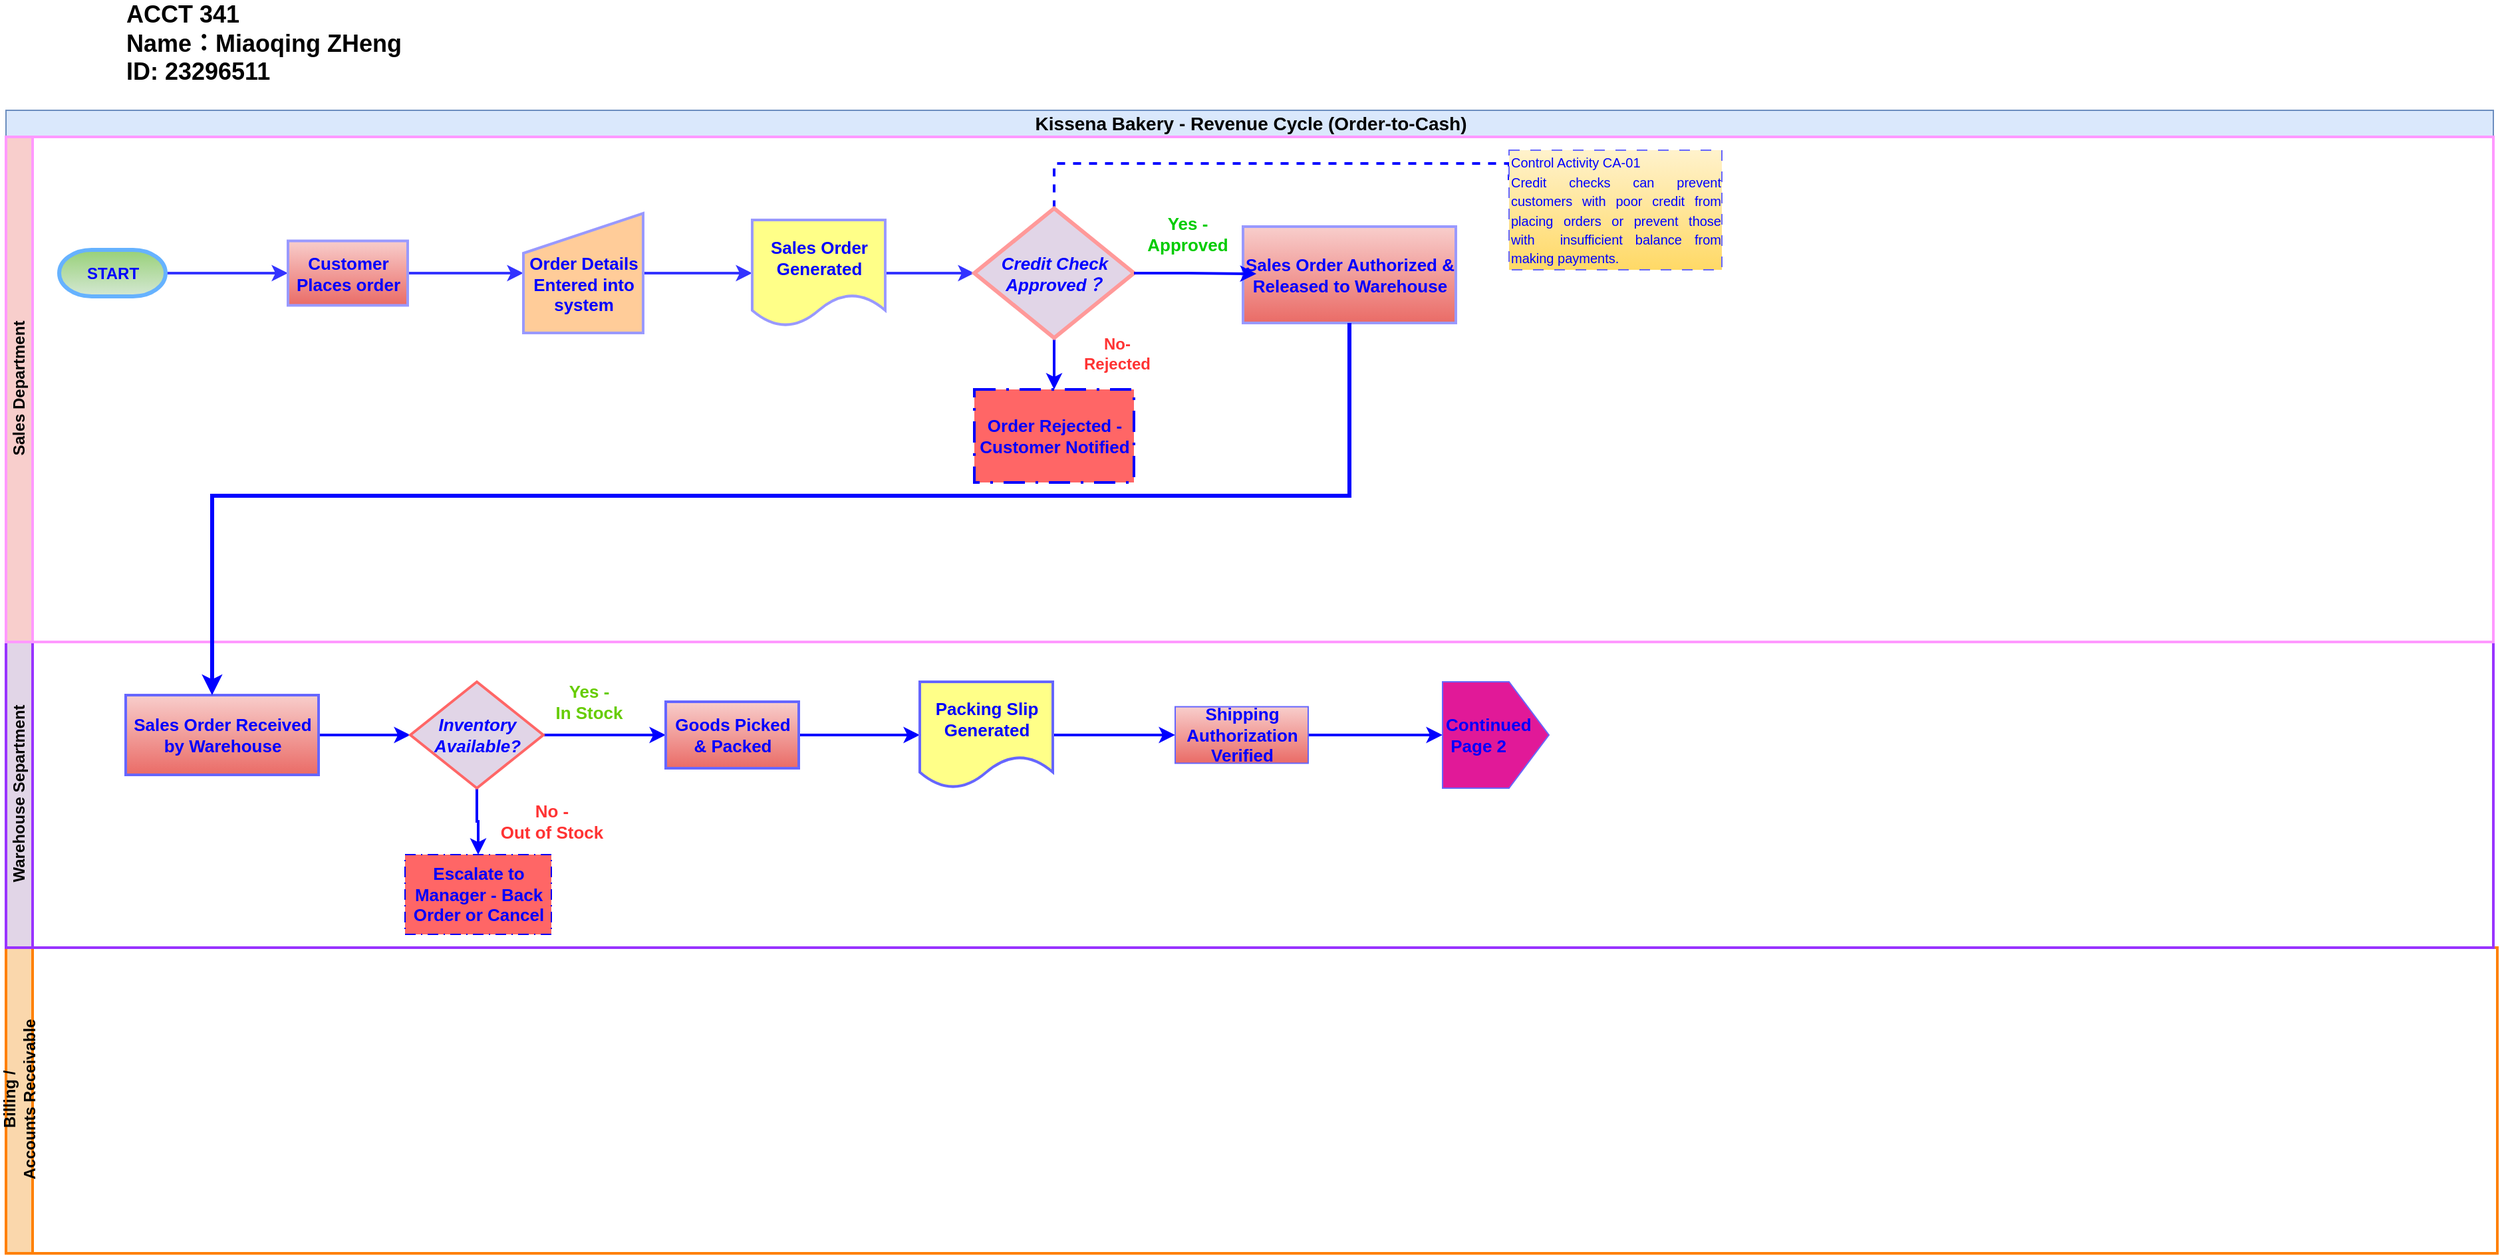
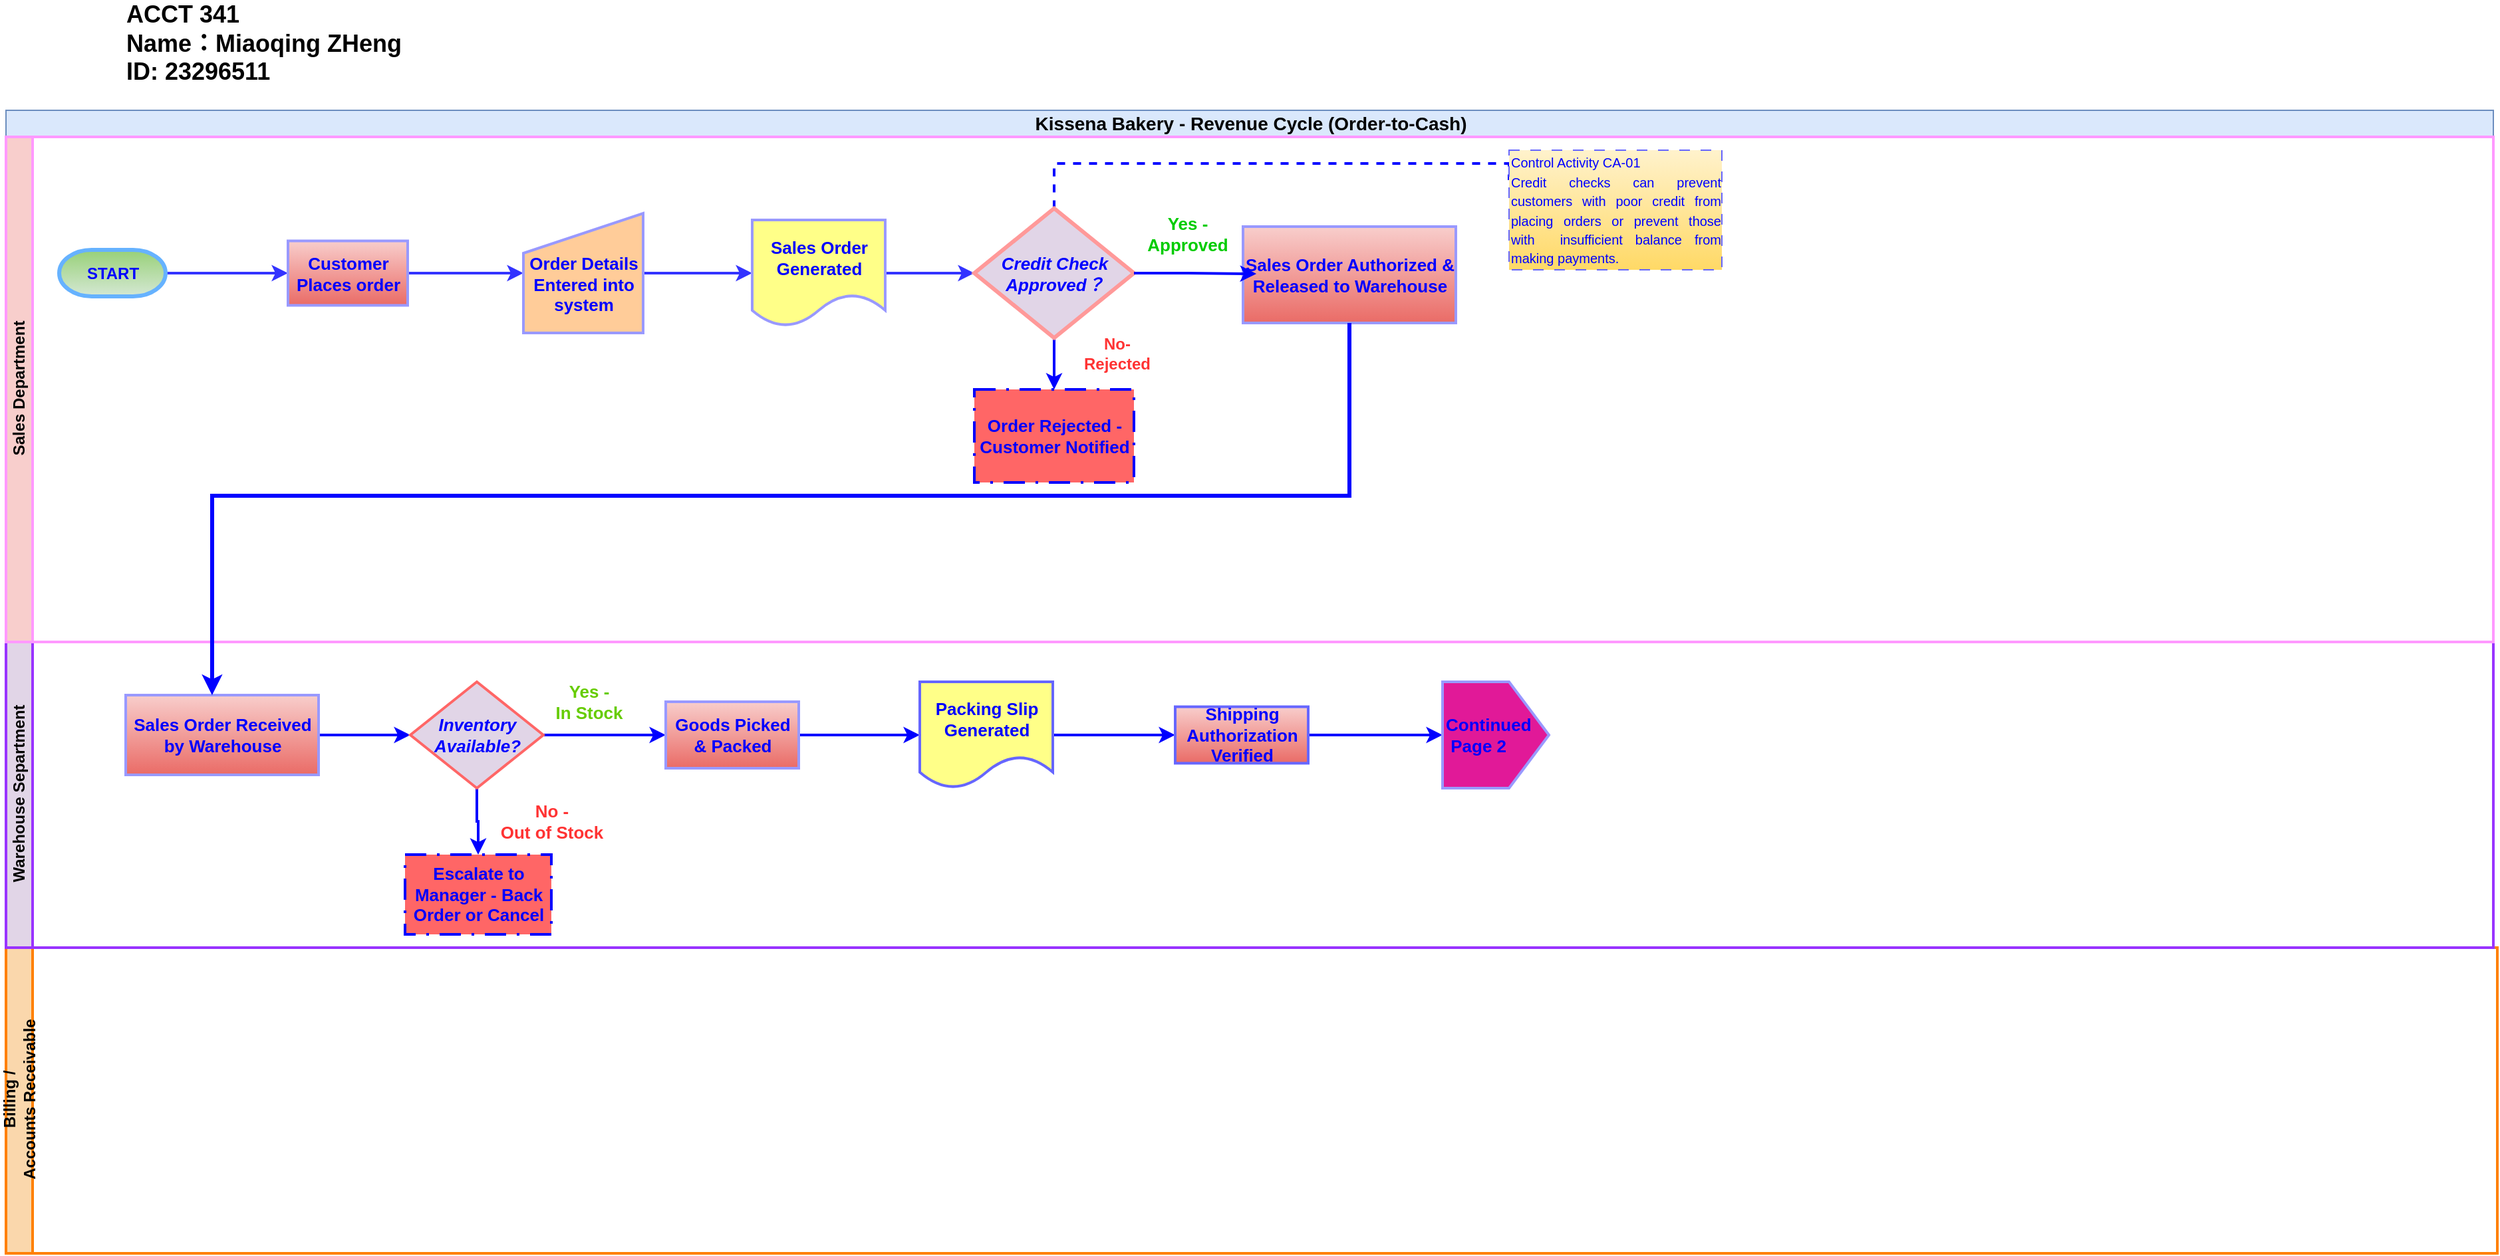
<mxfile host="app.diagrams.net" agent="Mozilla/5.0 (Windows NT 10.0; Win64; x64) AppleWebKit/537.36 (KHTML, like Gecko) Chrome/146.0.0.0 Safari/537.36" version="29.6.6" pages="2">
  <diagram name="Page-1" id="klMabU_GDppZGB9yFFRy">
    <mxGraphModel dx="2066" dy="743" grid="1" gridSize="10" guides="1" tooltips="1" connect="1" arrows="1" fold="1" page="1" pageScale="1" pageWidth="1100" pageHeight="850" math="0" shadow="0">
      <root>
        <mxCell id="0" />
        <mxCell id="1" parent="0" />
        <mxCell id="0vQu63eh7_hz7IOFjZfk-1" parent="1" style="swimlane;childLayout=stackLayout;resizeParent=1;resizeParentMax=0;horizontal=1;startSize=20;horizontalStack=0;html=1;fillColor=#dae8fc;strokeColor=#6c8ebf;" value="&lt;div style=&quot;text-align: start;&quot;&gt;&lt;font style=&quot;font-size: 14px;&quot;&gt;Kissena Bakery - Revenue Cycle (Order-to-Cash)&lt;/font&gt;&lt;/div&gt;" vertex="1">
          <mxGeometry height="20" width="1870" x="81.5" y="130" as="geometry" />
        </mxCell>
        <mxCell id="0vQu63eh7_hz7IOFjZfk-4" parent="1" style="swimlane;startSize=20;horizontal=0;html=1;fillColor=#fad7ac;strokeColor=#FF8000;strokeWidth=2;" value="Billing /&lt;br&gt;Accounts Receivable" vertex="1">
          <mxGeometry height="230" width="1873" x="81.5" y="760" as="geometry">
            <mxRectangle height="30" width="500" y="310" as="alternateBounds" />
          </mxGeometry>
        </mxCell>
        <mxCell id="0YdZOAwKbOOHbmaocjk8-1" parent="1" style="text;html=1;whiteSpace=wrap;strokeColor=none;fillColor=none;align=left;verticalAlign=middle;rounded=0;fontSize=18;fontStyle=1" value="&lt;div&gt;ACCT 341&lt;/div&gt;Name：Miaoqing ZHeng&lt;div&gt;ID: 23296511&lt;/div&gt;" vertex="1">
          <mxGeometry height="60" width="329" x="170" y="50" as="geometry" />
        </mxCell>
        <mxCell id="0vQu63eh7_hz7IOFjZfk-3" parent="1" style="swimlane;startSize=20;horizontal=0;html=1;fillColor=#e1d5e7;strokeColor=#9933FF;strokeWidth=2;" value="Warehouse Separtment" vertex="1">
          <mxGeometry height="230" width="1870" x="81.5" y="530" as="geometry" />
        </mxCell>
        <mxCell id="pGH0SQg9JUakCyH8bkGQ-32" edge="1" parent="0vQu63eh7_hz7IOFjZfk-3" source="0vQu63eh7_hz7IOFjZfk-73" style="edgeStyle=orthogonalEdgeStyle;rounded=0;orthogonalLoop=1;jettySize=auto;html=1;exitX=1;exitY=0.5;exitDx=0;exitDy=0;entryX=0;entryY=0.5;entryDx=0;entryDy=0;strokeColor=#0000FF;strokeWidth=2;" target="0vQu63eh7_hz7IOFjZfk-92">
          <mxGeometry relative="1" as="geometry" />
        </mxCell>
-         <mxCell id="0vQu63eh7_hz7IOFjZfk-73" parent="0vQu63eh7_hz7IOFjZfk-3" style="html=1;dashed=0;whiteSpace=wrap;fillColor=#f8cecc;gradientColor=#ea6b66;strokeColor=#6666FF;strokeWidth=2;" value="&lt;font style=&quot;font-size: 13px; color: rgb(0, 0, 255);&quot;&gt;&lt;b&gt;Sales Order Received by Warehouse&lt;/b&gt;&lt;/font&gt;" vertex="1">
+         <mxCell id="0vQu63eh7_hz7IOFjZfk-73" parent="0vQu63eh7_hz7IOFjZfk-3" style="html=1;dashed=0;whiteSpace=wrap;fillColor=#f8cecc;gradientColor=#ea6b66;strokeColor=#9999FF;strokeWidth=2;" value="&lt;font style=&quot;font-size: 13px; color: rgb(0, 0, 255);&quot;&gt;&lt;b&gt;Sales Order Received by Warehouse&lt;/b&gt;&lt;/font&gt;" vertex="1">
          <mxGeometry height="60" width="145" x="90" y="40" as="geometry" />
        </mxCell>
        <mxCell id="pGH0SQg9JUakCyH8bkGQ-31" edge="1" parent="0vQu63eh7_hz7IOFjZfk-3" source="0vQu63eh7_hz7IOFjZfk-92" style="edgeStyle=orthogonalEdgeStyle;rounded=0;orthogonalLoop=1;jettySize=auto;html=1;exitX=1;exitY=0.5;exitDx=0;exitDy=0;entryX=0;entryY=0.5;entryDx=0;entryDy=0;strokeColor=#0000FF;strokeWidth=2;" target="0vQu63eh7_hz7IOFjZfk-106">
          <mxGeometry relative="1" as="geometry" />
        </mxCell>
        <mxCell id="pGH0SQg9JUakCyH8bkGQ-34" edge="1" parent="0vQu63eh7_hz7IOFjZfk-3" source="0vQu63eh7_hz7IOFjZfk-92" style="edgeStyle=orthogonalEdgeStyle;rounded=0;orthogonalLoop=1;jettySize=auto;html=1;exitX=0.5;exitY=1;exitDx=0;exitDy=0;entryX=0.5;entryY=0;entryDx=0;entryDy=0;strokeColor=#0000FF;strokeWidth=2;" target="0vQu63eh7_hz7IOFjZfk-96">
          <mxGeometry relative="1" as="geometry" />
        </mxCell>
        <mxCell id="0vQu63eh7_hz7IOFjZfk-92" parent="0vQu63eh7_hz7IOFjZfk-3" style="rhombus;whiteSpace=wrap;html=1;fillColor=#e1d5e7;strokeColor=light-dark(#FF6666,#FF3333);strokeWidth=2;" value="&lt;font style=&quot;font-size: 13px; color: rgb(0, 0, 255);&quot;&gt;&lt;b&gt;&lt;i&gt;Inventory Available?&lt;/i&gt;&lt;/b&gt;&lt;/font&gt;" vertex="1">
          <mxGeometry height="80" width="100" x="304" y="30" as="geometry" />
        </mxCell>
-         <mxCell id="0vQu63eh7_hz7IOFjZfk-96" parent="0vQu63eh7_hz7IOFjZfk-3" style="html=1;dashed=1;whiteSpace=wrap;fillColor=#FF6666;strokeColor=#0000FF;fontColor=#ffffff;dashPattern=8 4 1 4;" value="&lt;b&gt;&lt;font style=&quot;font-size: 13px; color: rgb(0, 0, 255);&quot;&gt;Escalate to Manager - Back Order or Cancel&lt;/font&gt;&lt;/b&gt;" vertex="1">
+         <mxCell id="0vQu63eh7_hz7IOFjZfk-96" parent="0vQu63eh7_hz7IOFjZfk-3" style="html=1;dashed=1;whiteSpace=wrap;fillColor=#FF6666;strokeColor=#0000FF;fontColor=#ffffff;dashPattern=8 4 1 4;strokeWidth=2;" value="&lt;b&gt;&lt;font style=&quot;font-size: 13px; color: rgb(0, 0, 255);&quot;&gt;Escalate to Manager - Back Order or Cancel&lt;/font&gt;&lt;/b&gt;" vertex="1">
          <mxGeometry height="60" width="110" x="300" y="160" as="geometry" />
        </mxCell>
        <mxCell id="46-Umk2mzS9Czotzx1H9-6" edge="1" parent="0vQu63eh7_hz7IOFjZfk-3" source="0vQu63eh7_hz7IOFjZfk-106" style="edgeStyle=orthogonalEdgeStyle;rounded=0;orthogonalLoop=1;jettySize=auto;html=1;exitX=1;exitY=0.5;exitDx=0;exitDy=0;entryX=0;entryY=0.5;entryDx=0;entryDy=0;strokeColor=#0000FF;strokeWidth=2;" target="0vQu63eh7_hz7IOFjZfk-110">
          <mxGeometry relative="1" as="geometry" />
        </mxCell>
-         <mxCell id="0vQu63eh7_hz7IOFjZfk-106" parent="0vQu63eh7_hz7IOFjZfk-3" style="html=1;dashed=0;whiteSpace=wrap;strokeWidth=2;fillColor=#f8cecc;gradientColor=#ea6b66;strokeColor=#6666FF;" value="&lt;font style=&quot;font-size: 13px; color: rgb(0, 0, 255);&quot;&gt;&lt;b&gt;Goods Picked &amp;amp; Packed&lt;/b&gt;&lt;/font&gt;" vertex="1">
+         <mxCell id="0vQu63eh7_hz7IOFjZfk-106" parent="0vQu63eh7_hz7IOFjZfk-3" style="html=1;dashed=0;whiteSpace=wrap;strokeWidth=2;fillColor=#f8cecc;gradientColor=#ea6b66;strokeColor=#9999FF;" value="&lt;font style=&quot;font-size: 13px; color: rgb(0, 0, 255);&quot;&gt;&lt;b&gt;Goods Picked &amp;amp; Packed&lt;/b&gt;&lt;/font&gt;" vertex="1">
          <mxGeometry height="50" width="100" x="496" y="45" as="geometry" />
        </mxCell>
        <mxCell id="46-Umk2mzS9Czotzx1H9-8" edge="1" parent="0vQu63eh7_hz7IOFjZfk-3" source="0vQu63eh7_hz7IOFjZfk-110" style="edgeStyle=orthogonalEdgeStyle;rounded=0;orthogonalLoop=1;jettySize=auto;html=1;exitX=1;exitY=0.5;exitDx=0;exitDy=0;entryX=0;entryY=0.5;entryDx=0;entryDy=0;strokeColor=#0000FF;strokeWidth=2;" target="0vQu63eh7_hz7IOFjZfk-112">
          <mxGeometry relative="1" as="geometry" />
        </mxCell>
        <mxCell id="0vQu63eh7_hz7IOFjZfk-110" parent="0vQu63eh7_hz7IOFjZfk-3" style="shape=document;whiteSpace=wrap;html=1;boundedLbl=1;strokeWidth=2;fillColor=#ffff88;strokeColor=#6666FF;" value="&lt;font style=&quot;font-size: 13px; color: rgb(0, 0, 255);&quot;&gt;&lt;b&gt;Packing Slip Generated&lt;/b&gt;&lt;/font&gt;" vertex="1">
          <mxGeometry height="80" width="100" x="687" y="30" as="geometry" />
        </mxCell>
        <mxCell id="G1smnQENkRiUrPdJOTDi-2" edge="1" parent="0vQu63eh7_hz7IOFjZfk-3" source="0vQu63eh7_hz7IOFjZfk-112" style="edgeStyle=orthogonalEdgeStyle;rounded=0;orthogonalLoop=1;jettySize=auto;html=1;exitX=1;exitY=0.5;exitDx=0;exitDy=0;entryX=0.5;entryY=0;entryDx=0;entryDy=0;strokeColor=#0000FF;strokeWidth=2;" target="G1smnQENkRiUrPdJOTDi-1">
          <mxGeometry relative="1" as="geometry" />
        </mxCell>
-         <mxCell id="0vQu63eh7_hz7IOFjZfk-112" parent="0vQu63eh7_hz7IOFjZfk-3" style="html=1;dashed=0;whiteSpace=wrap;strokeColor=#6666FF;fillColor=#f8cecc;gradientColor=#ea6b66;fontStyle=1" value="&lt;font style=&quot;font-size: 13px; color: rgb(0, 0, 255);&quot;&gt;Shipping Authorization Verified&lt;/font&gt;" vertex="1">
+         <mxCell id="0vQu63eh7_hz7IOFjZfk-112" parent="0vQu63eh7_hz7IOFjZfk-3" style="html=1;dashed=0;whiteSpace=wrap;strokeColor=#6666FF;fillColor=#f8cecc;gradientColor=#ea6b66;fontStyle=1;strokeWidth=2;" value="&lt;font style=&quot;font-size: 13px; color: rgb(0, 0, 255);&quot;&gt;Shipping Authorization Verified&lt;/font&gt;" vertex="1">
          <mxGeometry height="42.5" width="100" x="879" y="48.75" as="geometry" />
        </mxCell>
        <mxCell id="0vQu63eh7_hz7IOFjZfk-98" parent="0vQu63eh7_hz7IOFjZfk-3" style="text;html=1;whiteSpace=wrap;strokeColor=none;fillColor=none;align=center;verticalAlign=middle;rounded=0;fontColor=#FF3333;" value="&lt;font style=&quot;font-size: 13px;&quot;&gt;&lt;b&gt;No - &lt;br&gt;Out of Stock&lt;/b&gt;&lt;/font&gt;" vertex="1">
          <mxGeometry height="30" width="80" x="370" y="120" as="geometry" />
        </mxCell>
-         <mxCell id="G1smnQENkRiUrPdJOTDi-1" parent="0vQu63eh7_hz7IOFjZfk-3" style="shape=offPageConnector;whiteSpace=wrap;html=1;direction=north;strokeColor=#6666FF;fillColor=#E11998;align=left;" value="&lt;b style=&quot;color: rgb(0, 0, 255); font-size: 13px; text-wrap-mode: nowrap;&quot;&gt;Continued&lt;br&gt;&amp;nbsp;Page 2&lt;/b&gt;" vertex="1">
+         <mxCell id="G1smnQENkRiUrPdJOTDi-1" parent="0vQu63eh7_hz7IOFjZfk-3" style="shape=offPageConnector;whiteSpace=wrap;html=1;direction=north;strokeColor=#9999FF;fillColor=#E11998;align=left;strokeWidth=2;" value="&lt;b style=&quot;color: rgb(0, 0, 255); font-size: 13px; text-wrap-mode: nowrap;&quot;&gt;Continued&lt;br&gt;&amp;nbsp;Page 2&lt;/b&gt;" vertex="1">
          <mxGeometry height="80" width="80" x="1080" y="30" as="geometry" />
        </mxCell>
        <mxCell id="0vQu63eh7_hz7IOFjZfk-2" parent="0vQu63eh7_hz7IOFjZfk-3" style="swimlane;startSize=20;horizontal=0;html=1;fillColor=#f8cecc;strokeColor=#FF99FF;strokeWidth=2;" value="Sales Department" vertex="1">
          <mxGeometry height="380" width="1870" y="-380" as="geometry">
            <mxRectangle height="30" width="610" y="20" as="alternateBounds" />
          </mxGeometry>
        </mxCell>
        <mxCell id="0vQu63eh7_hz7IOFjZfk-43" edge="1" parent="0vQu63eh7_hz7IOFjZfk-2" source="0vQu63eh7_hz7IOFjZfk-10" style="edgeStyle=orthogonalEdgeStyle;rounded=0;orthogonalLoop=1;jettySize=auto;html=1;exitX=0;exitY=0.5;exitDx=0;exitDy=0;exitPerimeter=0;entryX=0;entryY=0.5;entryDx=0;entryDy=0;strokeColor=#3333FF;strokeWidth=2;" target="0vQu63eh7_hz7IOFjZfk-15">
          <mxGeometry relative="1" as="geometry" />
        </mxCell>
        <mxCell id="0vQu63eh7_hz7IOFjZfk-10" parent="0vQu63eh7_hz7IOFjZfk-2" style="strokeWidth=3;html=1;shape=mxgraph.flowchart.terminator;whiteSpace=wrap;direction=west;fillColor=#d5e8d4;gradientColor=#97d077;strokeColor=#66B2FF;" value="&lt;b&gt;&lt;font style=&quot;color: rgb(0, 0, 255);&quot;&gt;START&lt;/font&gt;&lt;/b&gt;" vertex="1">
          <mxGeometry height="35" width="80" x="40" y="85" as="geometry" />
        </mxCell>
        <mxCell id="46-Umk2mzS9Czotzx1H9-2" edge="1" parent="0vQu63eh7_hz7IOFjZfk-2" source="0vQu63eh7_hz7IOFjZfk-15" style="edgeStyle=orthogonalEdgeStyle;rounded=0;orthogonalLoop=1;jettySize=auto;html=1;exitX=1;exitY=0.5;exitDx=0;exitDy=0;entryX=0;entryY=0.5;entryDx=0;entryDy=0;strokeColor=#3333FF;strokeWidth=2;" target="0vQu63eh7_hz7IOFjZfk-20">
          <mxGeometry relative="1" as="geometry" />
        </mxCell>
        <mxCell id="0vQu63eh7_hz7IOFjZfk-15" parent="0vQu63eh7_hz7IOFjZfk-2" style="html=1;dashed=0;whiteSpace=wrap;strokeWidth=2;fillColor=#f8cecc;strokeColor=#9999FF;gradientColor=#ea6b66;" value="&lt;font style=&quot;font-size: 13px; color: rgb(0, 0, 255);&quot;&gt;&lt;b style=&quot;&quot;&gt;Customer Places order&lt;/b&gt;&lt;/font&gt;" vertex="1">
          <mxGeometry height="48.5" width="90" x="212" y="78.25" as="geometry" />
        </mxCell>
        <mxCell id="46-Umk2mzS9Czotzx1H9-3" edge="1" parent="0vQu63eh7_hz7IOFjZfk-2" source="0vQu63eh7_hz7IOFjZfk-20" style="edgeStyle=orthogonalEdgeStyle;rounded=0;orthogonalLoop=1;jettySize=auto;html=1;exitX=1;exitY=0.5;exitDx=0;exitDy=0;entryX=0;entryY=0.5;entryDx=0;entryDy=0;strokeColor=#3333FF;strokeWidth=2;" target="0vQu63eh7_hz7IOFjZfk-30">
          <mxGeometry relative="1" as="geometry" />
        </mxCell>
        <mxCell id="0vQu63eh7_hz7IOFjZfk-20" parent="0vQu63eh7_hz7IOFjZfk-2" style="shape=manualInput;whiteSpace=wrap;html=1;align=center;fillColor=#ffcc99;strokeColor=#9999FF;strokeWidth=2;" value="&lt;div style=&quot;&quot;&gt;&lt;span style=&quot;background-color: transparent;&quot;&gt;&lt;b style=&quot;&quot;&gt;&lt;font style=&quot;font-size: 13px; color: rgb(0, 0, 255);&quot;&gt;&lt;br&gt;&lt;/font&gt;&lt;/b&gt;&lt;/span&gt;&lt;/div&gt;&lt;div style=&quot;&quot;&gt;&lt;span style=&quot;background-color: transparent;&quot;&gt;&lt;b style=&quot;&quot;&gt;&lt;font style=&quot;font-size: 13px; color: rgb(0, 0, 255);&quot;&gt;Order Details Entered into system&lt;/font&gt;&lt;/b&gt;&lt;/span&gt;&lt;/div&gt;" vertex="1">
          <mxGeometry height="90" width="90" x="389" y="57.5" as="geometry" />
        </mxCell>
        <mxCell id="0vQu63eh7_hz7IOFjZfk-35" edge="1" parent="0vQu63eh7_hz7IOFjZfk-2" style="edgeStyle=orthogonalEdgeStyle;rounded=0;orthogonalLoop=1;jettySize=auto;html=1;exitX=0;exitY=0.5;exitDx=0;exitDy=0;">
          <mxGeometry relative="1" as="geometry">
            <mxPoint x="410" y="105" as="sourcePoint" />
            <mxPoint x="410" y="105" as="targetPoint" />
          </mxGeometry>
        </mxCell>
        <mxCell id="46-Umk2mzS9Czotzx1H9-4" edge="1" parent="0vQu63eh7_hz7IOFjZfk-2" source="0vQu63eh7_hz7IOFjZfk-30" style="edgeStyle=orthogonalEdgeStyle;rounded=0;orthogonalLoop=1;jettySize=auto;html=1;exitX=1;exitY=0.5;exitDx=0;exitDy=0;entryX=0;entryY=0.5;entryDx=0;entryDy=0;strokeColor=#3333FF;strokeWidth=2;" target="0vQu63eh7_hz7IOFjZfk-34">
          <mxGeometry relative="1" as="geometry" />
        </mxCell>
        <mxCell id="0vQu63eh7_hz7IOFjZfk-30" parent="0vQu63eh7_hz7IOFjZfk-2" style="shape=document;whiteSpace=wrap;html=1;boundedLbl=1;strokeWidth=2;fillColor=#ffff88;strokeColor=#9999FF;" value="&lt;font style=&quot;font-size: 13px; color: rgb(0, 0, 255);&quot;&gt;&lt;b&gt;Sales Order Generated&lt;/b&gt;&lt;/font&gt;" vertex="1">
          <mxGeometry height="80" width="100" x="561" y="62.5" as="geometry" />
        </mxCell>
        <mxCell id="pGH0SQg9JUakCyH8bkGQ-28" edge="1" parent="0vQu63eh7_hz7IOFjZfk-2" source="0vQu63eh7_hz7IOFjZfk-34" style="edgeStyle=orthogonalEdgeStyle;rounded=0;orthogonalLoop=1;jettySize=auto;html=1;exitX=0.5;exitY=0;exitDx=0;exitDy=0;entryX=0;entryY=0.25;entryDx=0;entryDy=0;endArrow=none;endFill=0;dashed=1;strokeWidth=2;strokeColor=#0000FF;" target="pGH0SQg9JUakCyH8bkGQ-23">
          <mxGeometry relative="1" as="geometry">
            <Array as="points">
              <mxPoint x="788" y="20" />
              <mxPoint x="1130" y="20" />
            </Array>
          </mxGeometry>
        </mxCell>
        <mxCell id="DywWvH4VDf4e1SjyT3sU-2" edge="1" parent="0vQu63eh7_hz7IOFjZfk-2" source="0vQu63eh7_hz7IOFjZfk-34" style="edgeStyle=orthogonalEdgeStyle;rounded=0;orthogonalLoop=1;jettySize=auto;html=1;exitX=0.5;exitY=1;exitDx=0;exitDy=0;entryX=0.5;entryY=0;entryDx=0;entryDy=0;strokeColor=#0000FF;strokeWidth=2;" target="0vQu63eh7_hz7IOFjZfk-65">
          <mxGeometry relative="1" as="geometry" />
        </mxCell>
        <mxCell id="0vQu63eh7_hz7IOFjZfk-34" parent="0vQu63eh7_hz7IOFjZfk-2" style="rhombus;whiteSpace=wrap;html=1;fillColor=#e1d5e7;strokeColor=#FF9999;strokeWidth=3;" value="&lt;font style=&quot;font-size: 13px; color: rgb(0, 0, 255);&quot;&gt;&lt;b&gt;&lt;i&gt;Credit Check Approved？&lt;/i&gt;&lt;/b&gt;&lt;/font&gt;" vertex="1">
          <mxGeometry height="97.5" width="120" x="728" y="53.75" as="geometry" />
        </mxCell>
        <mxCell id="0vQu63eh7_hz7IOFjZfk-60" parent="0vQu63eh7_hz7IOFjZfk-2" style="text;html=1;whiteSpace=wrap;strokeColor=none;fillColor=none;align=center;verticalAlign=middle;rounded=0;fontColor=#00CC00;" value="&lt;font style=&quot;font-size: 13px;&quot;&gt;&lt;b style=&quot;&quot;&gt;Yes - Approved&lt;/b&gt;&lt;/font&gt;" vertex="1">
          <mxGeometry height="30" width="80" x="848" y="57.5" as="geometry" />
        </mxCell>
        <mxCell id="0vQu63eh7_hz7IOFjZfk-65" parent="0vQu63eh7_hz7IOFjZfk-2" style="html=1;dashed=1;whiteSpace=wrap;strokeWidth=2;fillColor=light-dark(#FF6666,#FF3333);strokeColor=#0000FF;fontColor=#ffffff;fontStyle=1;dashPattern=8 4 1 4;" value="&lt;font style=&quot;font-size: 13px; color: rgb(0, 0, 255);&quot;&gt;Order Rejected - Customer Notified&lt;/font&gt;" vertex="1">
          <mxGeometry height="70" width="120" x="728" y="190" as="geometry" />
        </mxCell>
        <mxCell id="0vQu63eh7_hz7IOFjZfk-67" parent="0vQu63eh7_hz7IOFjZfk-2" style="html=1;dashed=0;whiteSpace=wrap;fillColor=#f8cecc;gradientColor=#ea6b66;strokeColor=#9999FF;strokeWidth=2;" value="&lt;font style=&quot;font-size: 13px; color: rgb(0, 0, 255);&quot;&gt;&lt;b&gt;Sales Order Authorized &amp;amp; Released to Warehouse&lt;/b&gt;&lt;/font&gt;" vertex="1">
          <mxGeometry height="72.5" width="160" x="930" y="67.5" as="geometry" />
        </mxCell>
        <mxCell id="pGH0SQg9JUakCyH8bkGQ-23" parent="0vQu63eh7_hz7IOFjZfk-2" style="html=1;dashed=1;whiteSpace=wrap;dashPattern=8 8;fillColor=#fff2cc;gradientColor=#ffd966;strokeColor=light-dark(#6666FF,#6D5100);strokeWidth=1;" value="&lt;div style=&quot;text-align: justify;&quot;&gt;&lt;span style=&quot;font-size: 10px; background-color: transparent;&quot;&gt;&lt;font style=&quot;color: rgb(0, 0, 255);&quot;&gt;Control Activity&amp;nbsp;CA-01&lt;/font&gt;&lt;/span&gt;&lt;/div&gt;&lt;font style=&quot;color: rgb(0, 0, 255);&quot;&gt;&lt;div style=&quot;text-align: justify;&quot;&gt;&lt;span style=&quot;font-size: 10px; background-color: transparent;&quot;&gt;Credit checks can prevent customers with poor credit from placing orders or prevent those with&amp;nbsp; insufficient balance from making payments.&lt;/span&gt;&lt;/div&gt;&lt;/font&gt;" vertex="1">
          <mxGeometry height="90" width="160" x="1130" y="10" as="geometry" />
        </mxCell>
        <mxCell id="DywWvH4VDf4e1SjyT3sU-3" parent="0vQu63eh7_hz7IOFjZfk-2" style="text;html=1;whiteSpace=wrap;strokeColor=none;fillColor=none;align=center;verticalAlign=middle;rounded=0;fontSize=12;fontStyle=1;fontColor=#FF3333;" value="&lt;span&gt;&lt;font style=&quot;&quot;&gt;No-Rejected&lt;/font&gt;&lt;/span&gt;" vertex="1">
          <mxGeometry height="30" width="70" x="800" y="147.5" as="geometry" />
        </mxCell>
        <mxCell id="G1smnQENkRiUrPdJOTDi-3" edge="1" parent="0vQu63eh7_hz7IOFjZfk-2" source="0vQu63eh7_hz7IOFjZfk-34" style="edgeStyle=orthogonalEdgeStyle;rounded=0;orthogonalLoop=1;jettySize=auto;html=1;exitX=1;exitY=0.5;exitDx=0;exitDy=0;entryX=0.063;entryY=0.49;entryDx=0;entryDy=0;entryPerimeter=0;strokeColor=#0000FF;strokeWidth=2;" target="0vQu63eh7_hz7IOFjZfk-67">
          <mxGeometry relative="1" as="geometry" />
        </mxCell>
        <mxCell id="0vQu63eh7_hz7IOFjZfk-86" edge="1" parent="0vQu63eh7_hz7IOFjZfk-3" source="0vQu63eh7_hz7IOFjZfk-67" style="edgeStyle=orthogonalEdgeStyle;rounded=0;orthogonalLoop=1;jettySize=auto;html=1;exitX=0.5;exitY=1;exitDx=0;exitDy=0;entryX=0.448;entryY=0;entryDx=0;entryDy=0;entryPerimeter=0;fontColor=#0000CC;strokeColor=#0000FF;strokeWidth=3;" target="0vQu63eh7_hz7IOFjZfk-73">
          <mxGeometry relative="1" as="geometry">
            <Array as="points">
              <mxPoint x="1010" y="-110" />
              <mxPoint x="155" y="-110" />
            </Array>
          </mxGeometry>
        </mxCell>
        <mxCell id="46-Umk2mzS9Czotzx1H9-12" parent="0vQu63eh7_hz7IOFjZfk-3" style="text;html=1;whiteSpace=wrap;strokeColor=none;fillColor=none;align=center;verticalAlign=middle;rounded=0;" value="&lt;b style=&quot;color: rgb(102, 204, 0);&quot;&gt;&lt;font style=&quot;font-size: 13px;&quot;&gt;Yes -&lt;br&gt;In Stock&lt;/font&gt;&lt;/b&gt;" vertex="1">
          <mxGeometry height="30" width="80" x="398.5" y="30" as="geometry" />
        </mxCell>
      </root>
    </mxGraphModel>
  </diagram>
  <diagram id="ZDdy4ylPSpOC2Ge6VpiW" name="Page-2">
    <mxGraphModel dx="2066" dy="743" grid="1" gridSize="10" guides="1" tooltips="1" connect="1" arrows="1" fold="1" page="1" pageScale="1" pageWidth="1100" pageHeight="850" math="0" shadow="0">
      <root>
        <mxCell id="0" />
        <mxCell id="1" parent="0" />
        <mxCell id="_GW_QHAqRueJzuYdTQVs-1" parent="1" style="swimlane;startSize=20;horizontal=0;html=1;fillColor=#e1d5e7;strokeColor=#9933FF;strokeWidth=2;" value="Warehouse Separtment" vertex="1">
          <mxGeometry height="270" width="1330" x="110" y="150" as="geometry" />
        </mxCell>
-         <mxCell id="JTW380UVqBL9k5zzlviH-1" parent="_GW_QHAqRueJzuYdTQVs-1" style="html=1;dashed=0;whiteSpace=wrap;fillColor=#f8cecc;gradientColor=#ea6b66;strokeColor=#6666FF;" value="&lt;font style=&quot;font-size: 13px; color: rgb(0, 0, 255);&quot;&gt;&lt;b&gt;Goods Dispatched to Customer&lt;/b&gt;&lt;/font&gt;" vertex="1">
+         <mxCell id="JTW380UVqBL9k5zzlviH-1" parent="_GW_QHAqRueJzuYdTQVs-1" style="html=1;dashed=0;whiteSpace=wrap;fillColor=#f8cecc;gradientColor=#ea6b66;strokeColor=#9999FF;strokeWidth=2;" value="&lt;font style=&quot;font-size: 13px; color: rgb(0, 0, 255);&quot;&gt;&lt;b&gt;Goods Dispatched to Customer&lt;/b&gt;&lt;/font&gt;" vertex="1">
          <mxGeometry height="50" width="100" x="220" y="75" as="geometry" />
        </mxCell>
        <mxCell id="Y0x97Svv89Kf0asxUhHi-3" edge="1" parent="_GW_QHAqRueJzuYdTQVs-1" source="Y0x97Svv89Kf0asxUhHi-1" style="edgeStyle=orthogonalEdgeStyle;rounded=0;orthogonalLoop=1;jettySize=auto;html=1;exitX=0.5;exitY=1;exitDx=0;exitDy=0;entryX=0;entryY=0.5;entryDx=0;entryDy=0;strokeWidth=2;strokeColor=#0000FF;" target="JTW380UVqBL9k5zzlviH-1">
          <mxGeometry relative="1" as="geometry" />
        </mxCell>
-         <mxCell id="Y0x97Svv89Kf0asxUhHi-1" parent="_GW_QHAqRueJzuYdTQVs-1" style="shape=offPageConnector;whiteSpace=wrap;html=1;direction=north;strokeColor=#6666FF;fillColor=#E11998;align=left;" value="&lt;b style=&quot;color: rgb(0, 0, 255); font-size: 13px; text-wrap-mode: nowrap;&quot;&gt;Continued&lt;br&gt;&amp;nbsp;Page 2&lt;/b&gt;" vertex="1">
+         <mxCell id="Y0x97Svv89Kf0asxUhHi-1" parent="_GW_QHAqRueJzuYdTQVs-1" style="shape=offPageConnector;whiteSpace=wrap;html=1;direction=north;strokeColor=#9999FF;fillColor=#E11998;align=left;strokeWidth=2;" value="&lt;b style=&quot;color: rgb(0, 0, 255); font-size: 13px; text-wrap-mode: nowrap;&quot;&gt;Continued&lt;br&gt;&amp;nbsp;Page 2&lt;/b&gt;" vertex="1">
          <mxGeometry height="80" width="80" x="70" y="60" as="geometry" />
        </mxCell>
        <mxCell id="VSqCA1LAcqbEIX1a-AIG-1" parent="1" style="swimlane;startSize=20;horizontal=0;html=1;whiteSpace=wrap;fillColor=#ffcc99;strokeColor=#FF9933;strokeWidth=2;" value="&lt;span style=&quot;text-wrap-mode: nowrap;&quot;&gt;Billing /&lt;/span&gt;&lt;br style=&quot;text-wrap-mode: nowrap;&quot;&gt;&lt;span style=&quot;text-wrap-mode: nowrap;&quot;&gt;Accounts Receivable&lt;/span&gt;" vertex="1">
          <mxGeometry height="170" width="1330" x="110" y="420" as="geometry" />
        </mxCell>
        <mxCell id="KsxiR5SY5I83CpnIQ7mC-4" edge="1" parent="VSqCA1LAcqbEIX1a-AIG-1" source="2IOCe_ZcG10jMQKezpJ2-1" style="edgeStyle=orthogonalEdgeStyle;rounded=0;orthogonalLoop=1;jettySize=auto;html=1;exitX=1;exitY=0.5;exitDx=0;exitDy=0;entryX=0;entryY=0.5;entryDx=0;entryDy=0;strokeColor=#0000FF;strokeWidth=2;" target="2IOCe_ZcG10jMQKezpJ2-2">
          <mxGeometry relative="1" as="geometry" />
        </mxCell>
-         <mxCell id="2IOCe_ZcG10jMQKezpJ2-1" parent="VSqCA1LAcqbEIX1a-AIG-1" style="html=1;dashed=0;whiteSpace=wrap;strokeWidth=2;fillColor=#f8cecc;gradientColor=#ea6b66;strokeColor=#6666FF;" value="&lt;b&gt;&lt;font style=&quot;font-size: 13px; color: rgb(0, 0, 255);&quot;&gt;Dispatch Confirmation Received&lt;/font&gt;&lt;/b&gt;" vertex="1">
+         <mxCell id="2IOCe_ZcG10jMQKezpJ2-1" parent="VSqCA1LAcqbEIX1a-AIG-1" style="html=1;dashed=0;whiteSpace=wrap;strokeWidth=2;fillColor=#f8cecc;gradientColor=#ea6b66;strokeColor=#9999FF;" value="&lt;b&gt;&lt;font style=&quot;font-size: 13px; color: rgb(0, 0, 255);&quot;&gt;Dispatch Confirmation Received&lt;/font&gt;&lt;/b&gt;" vertex="1">
          <mxGeometry height="50" width="100" x="50" y="50" as="geometry" />
        </mxCell>
        <mxCell id="KsxiR5SY5I83CpnIQ7mC-5" edge="1" parent="VSqCA1LAcqbEIX1a-AIG-1" source="2IOCe_ZcG10jMQKezpJ2-2" style="edgeStyle=orthogonalEdgeStyle;rounded=0;orthogonalLoop=1;jettySize=auto;html=1;exitX=1;exitY=0.5;exitDx=0;exitDy=0;entryX=0;entryY=0.5;entryDx=0;entryDy=0;strokeColor=#0000FF;strokeWidth=2;" target="dAGMuh-EUK1Y8pTE6-PC-2">
          <mxGeometry relative="1" as="geometry" />
        </mxCell>
-         <mxCell id="2IOCe_ZcG10jMQKezpJ2-2" parent="VSqCA1LAcqbEIX1a-AIG-1" style="shape=document;whiteSpace=wrap;html=1;boundedLbl=1;fillColor=#ffff88;strokeColor=#6666FF;strokeWidth=2;" value="&lt;font style=&quot;font-size: 13px; color: rgb(0, 0, 255);&quot;&gt;&lt;b&gt;Invoice Generated &amp;amp; Sent to Customer&lt;/b&gt;&lt;/font&gt;" vertex="1">
+         <mxCell id="2IOCe_ZcG10jMQKezpJ2-2" parent="VSqCA1LAcqbEIX1a-AIG-1" style="shape=document;whiteSpace=wrap;html=1;boundedLbl=1;fillColor=#ffff88;strokeColor=#9999FF;strokeWidth=2;" value="&lt;font style=&quot;font-size: 13px; color: rgb(0, 0, 255);&quot;&gt;&lt;b&gt;Invoice Generated &amp;amp; Sent to Customer&lt;/b&gt;&lt;/font&gt;" vertex="1">
          <mxGeometry height="80" width="120" x="229" y="35" as="geometry" />
        </mxCell>
        <mxCell id="KsxiR5SY5I83CpnIQ7mC-6" edge="1" parent="VSqCA1LAcqbEIX1a-AIG-1" source="dAGMuh-EUK1Y8pTE6-PC-2" style="edgeStyle=orthogonalEdgeStyle;rounded=0;orthogonalLoop=1;jettySize=auto;html=1;exitX=1;exitY=0.5;exitDx=0;exitDy=0;entryX=0;entryY=0.5;entryDx=0;entryDy=0;strokeColor=#0000FF;strokeWidth=2;" target="dAGMuh-EUK1Y8pTE6-PC-4">
          <mxGeometry relative="1" as="geometry" />
        </mxCell>
-         <mxCell id="dAGMuh-EUK1Y8pTE6-PC-2" parent="VSqCA1LAcqbEIX1a-AIG-1" style="html=1;dashed=0;whiteSpace=wrap;strokeWidth=2;fillColor=#f8cecc;gradientColor=#ea6b66;strokeColor=#6666FF;" value="&lt;b&gt;&lt;font style=&quot;font-size: 13px; color: rgb(0, 0, 255);&quot;&gt;Payment Received from Customer&lt;/font&gt;&lt;/b&gt;" vertex="1">
+         <mxCell id="dAGMuh-EUK1Y8pTE6-PC-2" parent="VSqCA1LAcqbEIX1a-AIG-1" style="html=1;dashed=0;whiteSpace=wrap;strokeWidth=2;fillColor=#f8cecc;gradientColor=#ea6b66;strokeColor=#9999FF;" value="&lt;b&gt;&lt;font style=&quot;font-size: 13px; color: rgb(0, 0, 255);&quot;&gt;Payment Received from Customer&lt;/font&gt;&lt;/b&gt;" vertex="1">
          <mxGeometry height="50" width="110" x="423" y="50" as="geometry" />
        </mxCell>
        <mxCell id="KsxiR5SY5I83CpnIQ7mC-8" edge="1" parent="VSqCA1LAcqbEIX1a-AIG-1" source="dAGMuh-EUK1Y8pTE6-PC-4" style="edgeStyle=orthogonalEdgeStyle;rounded=0;orthogonalLoop=1;jettySize=auto;html=1;exitX=1;exitY=0.5;exitDx=0;exitDy=0;entryX=0;entryY=0.5;entryDx=0;entryDy=0;strokeColor=#0000FF;strokeWidth=2;" target="dAGMuh-EUK1Y8pTE6-PC-6">
          <mxGeometry relative="1" as="geometry" />
        </mxCell>
-         <mxCell id="dAGMuh-EUK1Y8pTE6-PC-4" parent="VSqCA1LAcqbEIX1a-AIG-1" style="shape=document;whiteSpace=wrap;html=1;boundedLbl=1;fillColor=#ffff88;strokeColor=#6666FF;strokeWidth=2;" value="&lt;font style=&quot;font-size: 13px; color: rgb(0, 0, 255);&quot;&gt;&lt;b&gt;Remittance Advice Recorded&lt;/b&gt;&lt;/font&gt;" vertex="1">
+         <mxCell id="dAGMuh-EUK1Y8pTE6-PC-4" parent="VSqCA1LAcqbEIX1a-AIG-1" style="shape=document;whiteSpace=wrap;html=1;boundedLbl=1;fillColor=#ffff88;strokeColor=#9999FF;strokeWidth=2;" value="&lt;font style=&quot;font-size: 13px; color: rgb(0, 0, 255);&quot;&gt;&lt;b&gt;Remittance Advice Recorded&lt;/b&gt;&lt;/font&gt;" vertex="1">
          <mxGeometry height="75" width="110" x="611" y="37.5" as="geometry" />
        </mxCell>
-         <mxCell id="dAGMuh-EUK1Y8pTE6-PC-6" parent="VSqCA1LAcqbEIX1a-AIG-1" style="html=1;dashed=0;whiteSpace=wrap;strokeWidth=2;fillColor=#f8cecc;gradientColor=#ea6b66;strokeColor=#6666FF;" value="&lt;b&gt;&lt;font style=&quot;font-size: 13px; color: rgb(0, 0, 255);&quot;&gt;Cash Posted to Accounts Receivable&lt;/font&gt;&lt;/b&gt;" vertex="1">
+         <mxCell id="dAGMuh-EUK1Y8pTE6-PC-6" parent="VSqCA1LAcqbEIX1a-AIG-1" style="html=1;dashed=0;whiteSpace=wrap;strokeWidth=2;fillColor=#f8cecc;gradientColor=#ea6b66;strokeColor=#9999FF;" value="&lt;b&gt;&lt;font style=&quot;font-size: 13px; color: rgb(0, 0, 255);&quot;&gt;Cash Posted to Accounts Receivable&lt;/font&gt;&lt;/b&gt;" vertex="1">
          <mxGeometry height="50" width="110" x="800" y="50" as="geometry" />
        </mxCell>
        <mxCell id="dAGMuh-EUK1Y8pTE6-PC-8" parent="VSqCA1LAcqbEIX1a-AIG-1" style="strokeWidth=2;html=1;shape=mxgraph.flowchart.terminator;whiteSpace=wrap;fillColor=#d5e8d4;gradientColor=#97d077;strokeColor=#66B2FF;" value="&lt;font style=&quot;font-size: 13px; color: rgb(0, 0, 255);&quot;&gt;&lt;b&gt;END&lt;/b&gt;&lt;/font&gt;" vertex="1">
          <mxGeometry height="45" width="90" x="980" y="50" as="geometry" />
        </mxCell>
        <mxCell id="uHHicwT-v_B4AunEQLIp-2" edge="1" parent="VSqCA1LAcqbEIX1a-AIG-1" source="dAGMuh-EUK1Y8pTE6-PC-6" style="edgeStyle=orthogonalEdgeStyle;rounded=0;orthogonalLoop=1;jettySize=auto;html=1;exitX=1;exitY=0.5;exitDx=0;exitDy=0;entryX=0.111;entryY=0.556;entryDx=0;entryDy=0;entryPerimeter=0;strokeWidth=2;strokeColor=#0000FF;" target="dAGMuh-EUK1Y8pTE6-PC-8">
          <mxGeometry relative="1" as="geometry" />
        </mxCell>
        <mxCell id="dAGMuh-EUK1Y8pTE6-PC-10" edge="1" parent="1" source="JTW380UVqBL9k5zzlviH-1" style="edgeStyle=orthogonalEdgeStyle;rounded=0;orthogonalLoop=1;jettySize=auto;html=1;exitX=0.5;exitY=1;exitDx=0;exitDy=0;entryX=0.5;entryY=0;entryDx=0;entryDy=0;strokeColor=#0000FF;strokeWidth=3;" target="2IOCe_ZcG10jMQKezpJ2-1">
          <mxGeometry relative="1" as="geometry" />
        </mxCell>
        <mxCell id="Vm9v1WHijWWdkQHgRR_g-1" parent="1" style="text;html=1;whiteSpace=wrap;strokeColor=none;fillColor=none;align=center;verticalAlign=middle;rounded=0;" value="&lt;div style=&quot;font-size: 18px; font-weight: 700; text-align: left;&quot;&gt;ACCT 341&lt;/div&gt;&lt;span style=&quot;font-size: 18px; font-weight: 700; text-align: left;&quot;&gt;Name：Miaoqing ZHeng&lt;/span&gt;&lt;div style=&quot;font-size: 18px; font-weight: 700; text-align: left;&quot;&gt;ID: 23296511&lt;/div&gt;" vertex="1">
          <mxGeometry height="30" width="220" x="140" y="60" as="geometry" />
        </mxCell>
      </root>
    </mxGraphModel>
  </diagram>
</mxfile>
